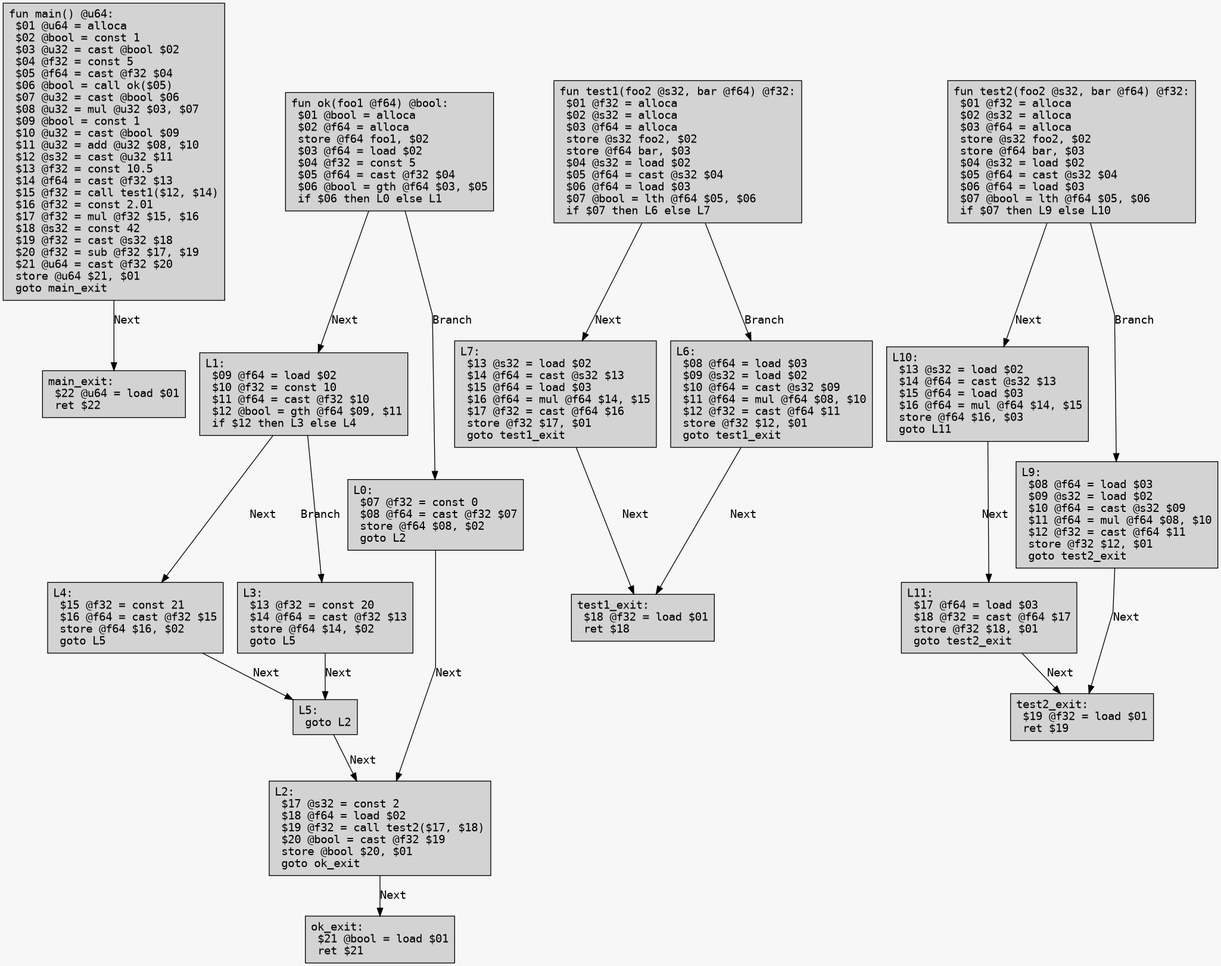
Above: example/test_org.png in Excse/arkoi_language (Graphviz), before the change. Its source is kept beside it as example/test_org.dot.
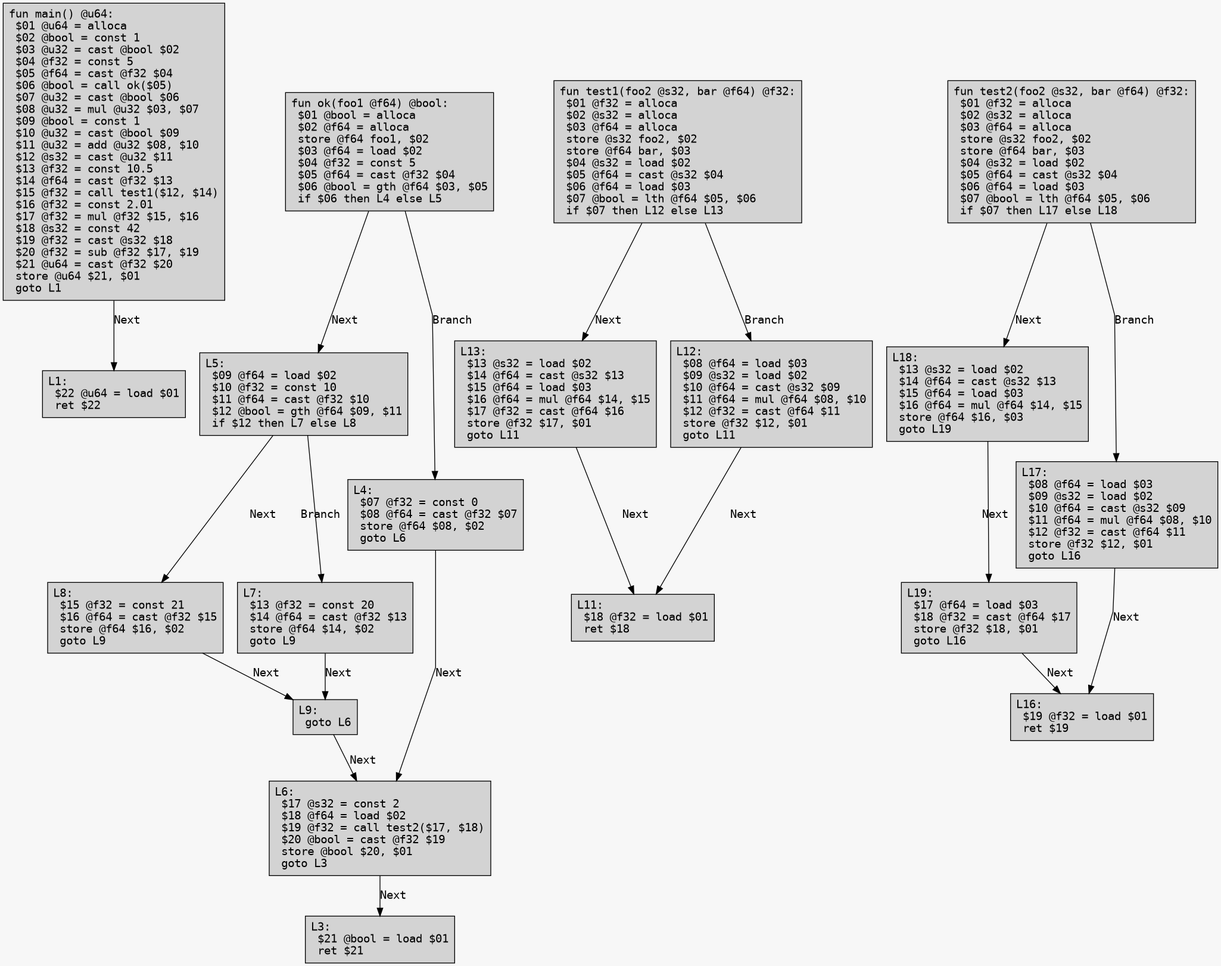
After the change.

Change to the diagram source:
```diff
@@ -5,42 +5,42 @@
 	bgcolor = "#f7f7f7";
 	splines = false;
 
-	main_entry [label="fun main() @u64:\l $01 @u64 = alloca\l $02 @bool = const 1\l $03 @u32 = cast @bool $02\l $04 @f32 = const 5\l $05 @f64 = cast @f32 $04\l $06 @bool = call ok($05)\l $07 @u32 = cast @bool $06\l $08 @u32 = mul @u32 $03, $07\l $09 @bool = const 1\l $10 @u32 = cast @bool $09\l $11 @u32 = add @u32 $08, $10\l $12 @s32 = cast @u32 $11\l $13 @f32 = const 10.5\l $14 @f64 = cast @f32 $13\l $15 @f32 = call test1($12, $14)\l $16 @f32 = const 2.01\l $17 @f32 = mul @f32 $15, $16\l $18 @s32 = const 42\l $19 @f32 = cast @s32 $18\l $20 @f32 = sub @f32 $17, $19\l $21 @u64 = cast @f32 $20\l store @u64 $21, $01\l goto main_exit\l"];
-	main_entry -> main_exit [label="Next"];
-	main_exit [label="main_exit:\l $22 @u64 = load $01\l ret $22\l"];
-	ok_entry [label="fun ok(foo1 @f64) @bool:\l $01 @bool = alloca\l $02 @f64 = alloca\l store @f64 foo1, $02\l $03 @f64 = load $02\l $04 @f32 = const 5\l $05 @f64 = cast @f32 $04\l $06 @bool = gth @f64 $03, $05\l if $06 then L0 else L1\l"];
-	ok_entry -> L1 [label="Next"];
-	ok_entry -> L0 [label="Branch"];
-	L1 [label="L1:\l $09 @f64 = load $02\l $10 @f32 = const 10\l $11 @f64 = cast @f32 $10\l $12 @bool = gth @f64 $09, $11\l if $12 then L3 else L4\l"];
-	L1 -> L4 [label="Next"];
-	L1 -> L3 [label="Branch"];
-	L4 [label="L4:\l $15 @f32 = const 21\l $16 @f64 = cast @f32 $15\l store @f64 $16, $02\l goto L5\l"];
-	L4 -> L5 [label="Next"];
-	L5 [label="L5:\l goto L2\l"];
-	L5 -> L2 [label="Next"];
-	L2 [label="L2:\l $17 @s32 = const 2\l $18 @f64 = load $02\l $19 @f32 = call test2($17, $18)\l $20 @bool = cast @f32 $19\l store @bool $20, $01\l goto ok_exit\l"];
-	L2 -> ok_exit [label="Next"];
-	L3 [label="L3:\l $13 @f32 = const 20\l $14 @f64 = cast @f32 $13\l store @f64 $14, $02\l goto L5\l"];
-	L3 -> L5 [label="Next"];
-	L0 [label="L0:\l $07 @f32 = const 0\l $08 @f64 = cast @f32 $07\l store @f64 $08, $02\l goto L2\l"];
-	L0 -> L2 [label="Next"];
-	ok_exit [label="ok_exit:\l $21 @bool = load $01\l ret $21\l"];
-	test1_entry [label="fun test1(foo2 @s32, bar @f64) @f32:\l $01 @f32 = alloca\l $02 @s32 = alloca\l $03 @f64 = alloca\l store @s32 foo2, $02\l store @f64 bar, $03\l $04 @s32 = load $02\l $05 @f64 = cast @s32 $04\l $06 @f64 = load $03\l $07 @bool = lth @f64 $05, $06\l if $07 then L6 else L7\l"];
-	test1_entry -> L7 [label="Next"];
-	test1_entry -> L6 [label="Branch"];
-	L7 [label="L7:\l $13 @s32 = load $02\l $14 @f64 = cast @s32 $13\l $15 @f64 = load $03\l $16 @f64 = mul @f64 $14, $15\l $17 @f32 = cast @f64 $16\l store @f32 $17, $01\l goto test1_exit\l"];
-	L7 -> test1_exit [label="Next"];
-	L6 [label="L6:\l $08 @f64 = load $03\l $09 @s32 = load $02\l $10 @f64 = cast @s32 $09\l $11 @f64 = mul @f64 $08, $10\l $12 @f32 = cast @f64 $11\l store @f32 $12, $01\l goto test1_exit\l"];
-	L6 -> test1_exit [label="Next"];
-	test1_exit [label="test1_exit:\l $18 @f32 = load $01\l ret $18\l"];
-	test2_entry [label="fun test2(foo2 @s32, bar @f64) @f32:\l $01 @f32 = alloca\l $02 @s32 = alloca\l $03 @f64 = alloca\l store @s32 foo2, $02\l store @f64 bar, $03\l $04 @s32 = load $02\l $05 @f64 = cast @s32 $04\l $06 @f64 = load $03\l $07 @bool = lth @f64 $05, $06\l if $07 then L9 else L10\l"];
-	test2_entry -> L10 [label="Next"];
-	test2_entry -> L9 [label="Branch"];
-	L10 [label="L10:\l $13 @s32 = load $02\l $14 @f64 = cast @s32 $13\l $15 @f64 = load $03\l $16 @f64 = mul @f64 $14, $15\l store @f64 $16, $03\l goto L11\l"];
-	L10 -> L11 [label="Next"];
-	L11 [label="L11:\l $17 @f64 = load $03\l $18 @f32 = cast @f64 $17\l store @f32 $18, $01\l goto test2_exit\l"];
-	L11 -> test2_exit [label="Next"];
-	L9 [label="L9:\l $08 @f64 = load $03\l $09 @s32 = load $02\l $10 @f64 = cast @s32 $09\l $11 @f64 = mul @f64 $08, $10\l $12 @f32 = cast @f64 $11\l store @f32 $12, $01\l goto test2_exit\l"];
-	L9 -> test2_exit [label="Next"];
-	test2_exit [label="test2_exit:\l $19 @f32 = load $01\l ret $19\l"];
+	L0 [label="fun main() @u64:\l $01 @u64 = alloca\l $02 @bool = const 1\l $03 @u32 = cast @bool $02\l $04 @f32 = const 5\l $05 @f64 = cast @f32 $04\l $06 @bool = call ok($05)\l $07 @u32 = cast @bool $06\l $08 @u32 = mul @u32 $03, $07\l $09 @bool = const 1\l $10 @u32 = cast @bool $09\l $11 @u32 = add @u32 $08, $10\l $12 @s32 = cast @u32 $11\l $13 @f32 = const 10.5\l $14 @f64 = cast @f32 $13\l $15 @f32 = call test1($12, $14)\l $16 @f32 = const 2.01\l $17 @f32 = mul @f32 $15, $16\l $18 @s32 = const 42\l $19 @f32 = cast @s32 $18\l $20 @f32 = sub @f32 $17, $19\l $21 @u64 = cast @f32 $20\l store @u64 $21, $01\l goto L1\l"];
+	L0 -> L1 [label="Next"];
+	L1 [label="L1:\l $22 @u64 = load $01\l ret $22\l"];
+	L2 [label="fun ok(foo1 @f64) @bool:\l $01 @bool = alloca\l $02 @f64 = alloca\l store @f64 foo1, $02\l $03 @f64 = load $02\l $04 @f32 = const 5\l $05 @f64 = cast @f32 $04\l $06 @bool = gth @f64 $03, $05\l if $06 then L4 else L5\l"];
+	L2 -> L5 [label="Next"];
+	L2 -> L4 [label="Branch"];
+	L5 [label="L5:\l $09 @f64 = load $02\l $10 @f32 = const 10\l $11 @f64 = cast @f32 $10\l $12 @bool = gth @f64 $09, $11\l if $12 then L7 else L8\l"];
+	L5 -> L8 [label="Next"];
+	L5 -> L7 [label="Branch"];
+	L8 [label="L8:\l $15 @f32 = const 21\l $16 @f64 = cast @f32 $15\l store @f64 $16, $02\l goto L9\l"];
+	L8 -> L9 [label="Next"];
+	L9 [label="L9:\l goto L6\l"];
+	L9 -> L6 [label="Next"];
+	L6 [label="L6:\l $17 @s32 = const 2\l $18 @f64 = load $02\l $19 @f32 = call test2($17, $18)\l $20 @bool = cast @f32 $19\l store @bool $20, $01\l goto L3\l"];
+	L6 -> L3 [label="Next"];
+	L7 [label="L7:\l $13 @f32 = const 20\l $14 @f64 = cast @f32 $13\l store @f64 $14, $02\l goto L9\l"];
+	L7 -> L9 [label="Next"];
+	L4 [label="L4:\l $07 @f32 = const 0\l $08 @f64 = cast @f32 $07\l store @f64 $08, $02\l goto L6\l"];
+	L4 -> L6 [label="Next"];
+	L3 [label="L3:\l $21 @bool = load $01\l ret $21\l"];
+	L10 [label="fun test1(foo2 @s32, bar @f64) @f32:\l $01 @f32 = alloca\l $02 @s32 = alloca\l $03 @f64 = alloca\l store @s32 foo2, $02\l store @f64 bar, $03\l $04 @s32 = load $02\l $05 @f64 = cast @s32 $04\l $06 @f64 = load $03\l $07 @bool = lth @f64 $05, $06\l if $07 then L12 else L13\l"];
+	L10 -> L13 [label="Next"];
+	L10 -> L12 [label="Branch"];
+	L13 [label="L13:\l $13 @s32 = load $02\l $14 @f64 = cast @s32 $13\l $15 @f64 = load $03\l $16 @f64 = mul @f64 $14, $15\l $17 @f32 = cast @f64 $16\l store @f32 $17, $01\l goto L11\l"];
+	L13 -> L11 [label="Next"];
+	L12 [label="L12:\l $08 @f64 = load $03\l $09 @s32 = load $02\l $10 @f64 = cast @s32 $09\l $11 @f64 = mul @f64 $08, $10\l $12 @f32 = cast @f64 $11\l store @f32 $12, $01\l goto L11\l"];
+	L12 -> L11 [label="Next"];
+	L11 [label="L11:\l $18 @f32 = load $01\l ret $18\l"];
+	L15 [label="fun test2(foo2 @s32, bar @f64) @f32:\l $01 @f32 = alloca\l $02 @s32 = alloca\l $03 @f64 = alloca\l store @s32 foo2, $02\l store @f64 bar, $03\l $04 @s32 = load $02\l $05 @f64 = cast @s32 $04\l $06 @f64 = load $03\l $07 @bool = lth @f64 $05, $06\l if $07 then L17 else L18\l"];
+	L15 -> L18 [label="Next"];
+	L15 -> L17 [label="Branch"];
+	L18 [label="L18:\l $13 @s32 = load $02\l $14 @f64 = cast @s32 $13\l $15 @f64 = load $03\l $16 @f64 = mul @f64 $14, $15\l store @f64 $16, $03\l goto L19\l"];
+	L18 -> L19 [label="Next"];
+	L19 [label="L19:\l $17 @f64 = load $03\l $18 @f32 = cast @f64 $17\l store @f32 $18, $01\l goto L16\l"];
+	L19 -> L16 [label="Next"];
+	L17 [label="L17:\l $08 @f64 = load $03\l $09 @s32 = load $02\l $10 @f64 = cast @s32 $09\l $11 @f64 = mul @f64 $08, $10\l $12 @f32 = cast @f64 $11\l store @f32 $12, $01\l goto L16\l"];
+	L17 -> L16 [label="Next"];
+	L16 [label="L16:\l $19 @f32 = load $01\l ret $19\l"];
 }
```
